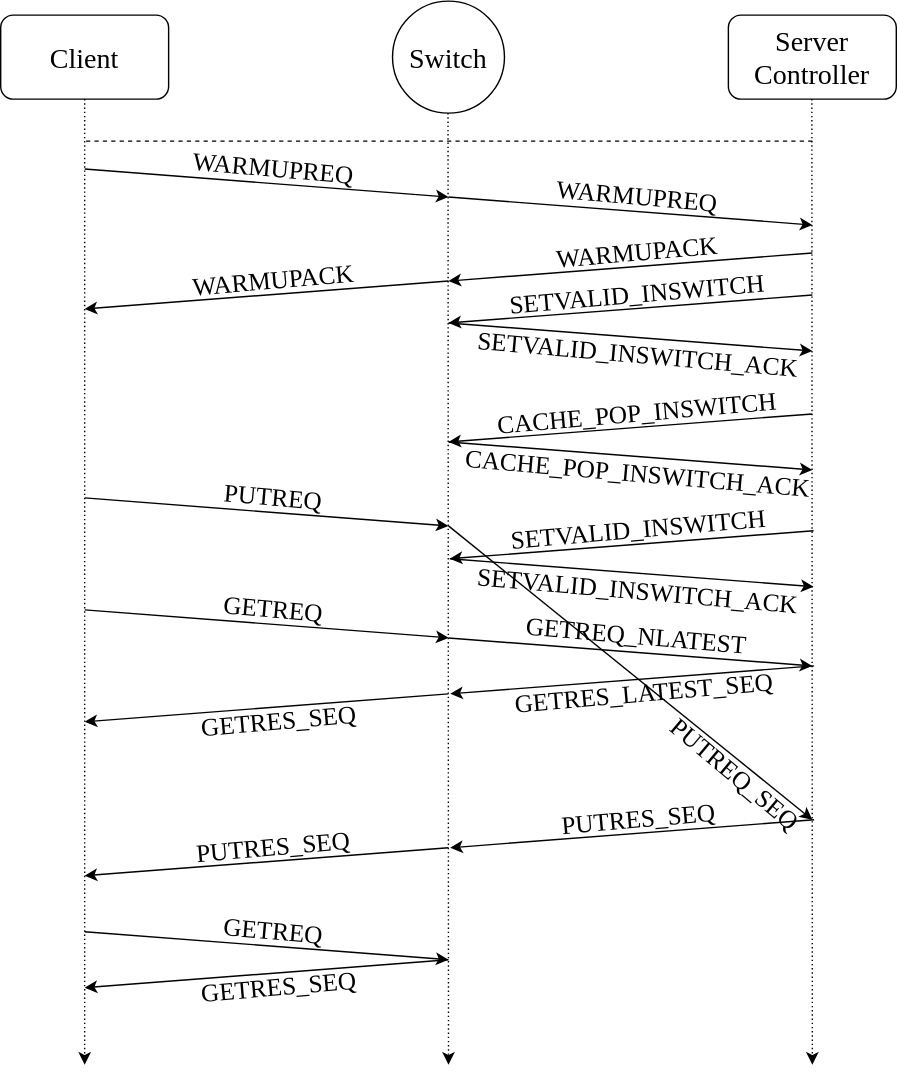
CS-icez/VeriNC-Violation keeps this draw.io diagram as timing.svg. Above is the earlier version. Source tidied: cells renumbered, new cells last; positions are measured from the earlier drawing's top-left corner, leaving out a move shared by most shapes.
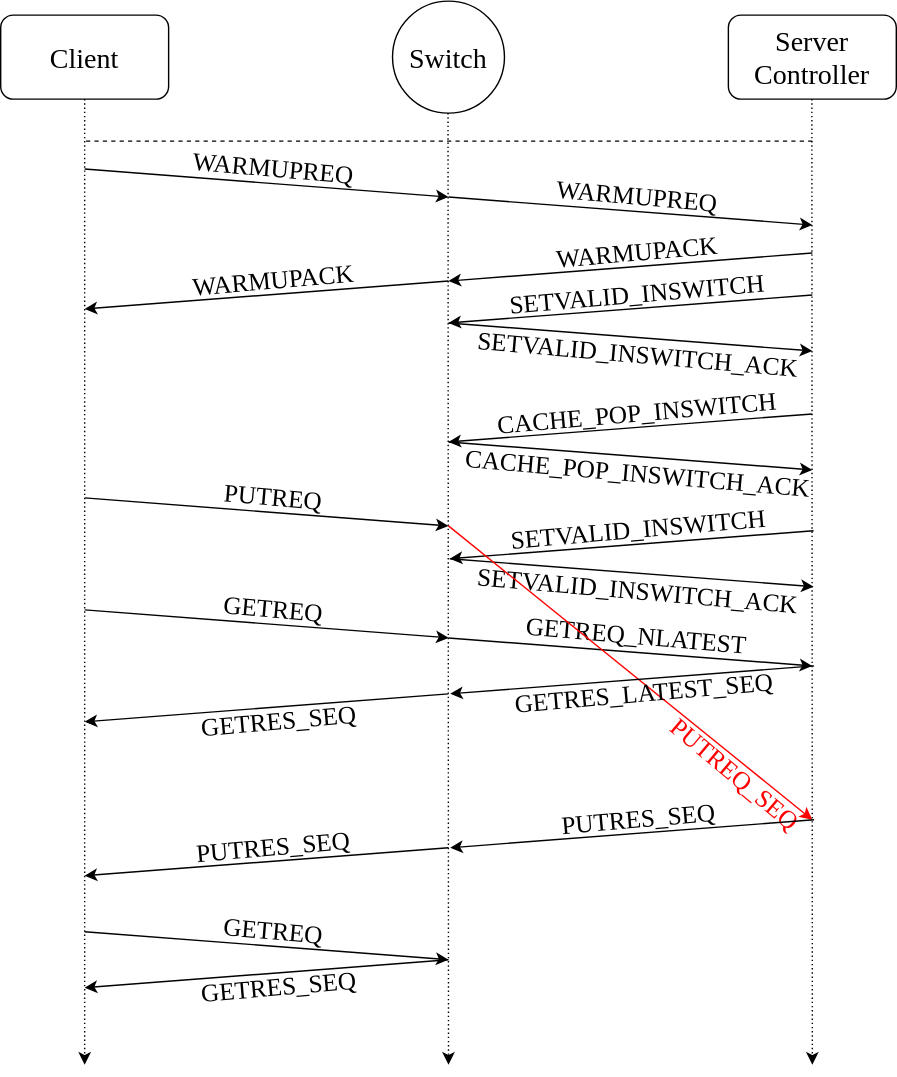
Later version of the same file.

Commit message:
update timing diagram

Change to the diagram source:
```diff
@@ -151,13 +151,13 @@
     <mxCell id="34" value="&lt;font face=&quot;Times New Roman&quot; style=&quot;font-size: 18px;&quot;&gt;GETREQ_NLATEST&lt;/font&gt;" style="text;html=1;whiteSpace=wrap;strokeColor=none;fillColor=none;align=center;verticalAlign=middle;rounded=0;rotation=5;" parent="1" vertex="1">
       <mxGeometry x="369.3" y="438.9" width="171.3" height="30" as="geometry" />
     </mxCell>
-    <mxCell id="35" style="endArrow=classic;html=1;rounded=0;" parent="1" edge="1">
+    <mxCell id="35" style="endArrow=classic;html=1;rounded=0;strokeColor=#FF0000;" parent="1" edge="1">
       <mxGeometry relative="1" as="geometry">
         <mxPoint x="320" y="375" as="sourcePoint" />
         <mxPoint x="580" y="585" as="targetPoint" />
       </mxGeometry>
     </mxCell>
-    <mxCell id="36" value="&lt;font face=&quot;Times New Roman&quot; style=&quot;font-size: 18px;&quot;&gt;PUTREQ_SEQ&lt;/font&gt;" style="text;html=1;whiteSpace=wrap;strokeColor=none;fillColor=none;align=center;verticalAlign=middle;rounded=0;rotation=40;" parent="1" vertex="1">
+    <mxCell id="36" value="&lt;font face=&quot;Times New Roman&quot; style=&quot;font-size: 18px;&quot;&gt;PUTREQ_SEQ&lt;/font&gt;" style="text;html=1;whiteSpace=wrap;strokeColor=none;fillColor=none;align=center;verticalAlign=middle;rounded=0;rotation=40;fontColor=#FF0000;" parent="1" vertex="1">
       <mxGeometry x="450" y="540" width="150" height="25" as="geometry" />
     </mxCell>
     <mxCell id="37" style="endArrow=classic;html=1;rounded=0;" parent="1" edge="1">
```
